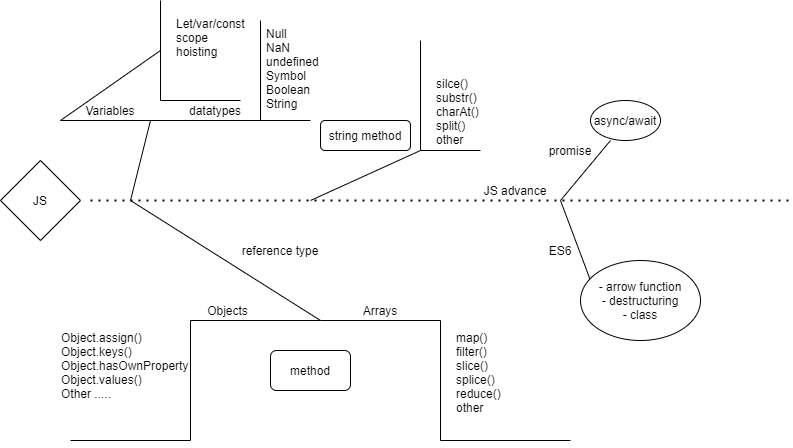
This is Day06-09/ThanhNH/roadmap.png from viehaed/edsolabs-fe, a draw.io export, as it was before one commit. Source tidied: cells renumbered, new cells last; positions are measured from the earlier drawing's top-left corner, leaving out a move shared by most shapes.
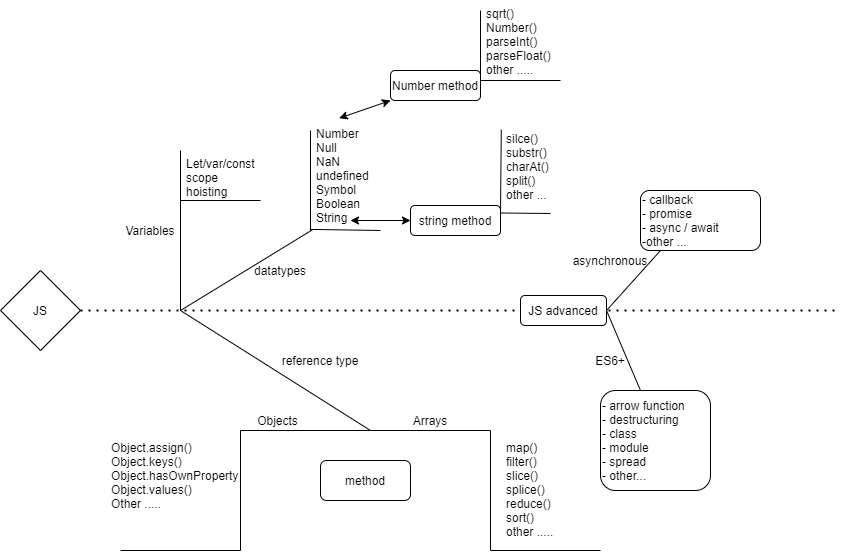
Above is the later version.

The edit, as a diff of the source:
```diff
@@ -2,62 +2,33 @@
   <root>
     <mxCell id="0" />
     <mxCell id="1" parent="0" />
-    <mxCell id="2" style="endArrow=none;dashed=1;html=1;dashPattern=1 3;strokeWidth=2;" parent="1" edge="1">
+    <mxCell id="2" style="endArrow=none;dashed=1;html=1;dashPattern=1 3;strokeWidth=2;exitX=1;exitY=0.5;exitDx=0;exitDy=0;" parent="1" edge="1" source="3">
       <mxGeometry relative="1" as="geometry">
-        <mxPoint x="90" y="200" as="sourcePoint" />
         <mxPoint x="790" y="200" as="targetPoint" />
       </mxGeometry>
     </mxCell>
     <mxCell id="3" style="rhombus;whiteSpace=wrap;html=1;" parent="1" vertex="1">
-      <mxGeometry y="160" width="80" height="80" as="geometry" />
+      <mxGeometry x="-50" y="160" width="80" height="80" as="geometry" />
     </mxCell>
     <mxCell id="4" value="JS" style="text;html=1;strokeColor=none;fillColor=none;align=center;verticalAlign=middle;whiteSpace=wrap;rounded=0;" parent="1" vertex="1">
-      <mxGeometry x="20" y="190" width="40" height="20" as="geometry" />
+      <mxGeometry x="-30" y="190" width="40" height="20" as="geometry" />
     </mxCell>
     <mxCell id="5" style="endArrow=none;html=1;" parent="1" edge="1">
       <mxGeometry relative="1" as="geometry">
         <mxPoint x="130" y="200" as="sourcePoint" />
-        <mxPoint x="150" y="120" as="targetPoint" />
+        <mxPoint x="130" y="90" as="targetPoint" />
       </mxGeometry>
     </mxCell>
-    <mxCell id="6" style="endArrow=none;html=1;" parent="1" edge="1">
-      <mxGeometry relative="1" as="geometry">
-        <mxPoint x="150" y="120" as="sourcePoint" />
-        <mxPoint x="60" y="120" as="targetPoint" />
-      </mxGeometry>
-    </mxCell>
-    <mxCell id="7" style="endArrow=none;html=1;" parent="1" edge="1">
-      <mxGeometry relative="1" as="geometry">
-        <mxPoint x="60" y="120" as="sourcePoint" />
-        <mxPoint x="160" y="50" as="targetPoint" />
-      </mxGeometry>
-    </mxCell>
-    <mxCell id="8" style="endArrow=none;html=1;" parent="1" edge="1">
-      <mxGeometry relative="1" as="geometry">
-        <mxPoint x="160" y="100" as="sourcePoint" />
-        <mxPoint x="160" as="targetPoint" />
-      </mxGeometry>
-    </mxCell>
-    <mxCell id="9" style="endArrow=none;html=1;" parent="1" edge="1">
-      <mxGeometry relative="1" as="geometry">
-        <mxPoint x="160" y="100" as="sourcePoint" />
-        <mxPoint x="240" y="100" as="targetPoint" />
-      </mxGeometry>
-    </mxCell>
-    <mxCell id="10" value="Variables" style="text;html=1;strokeColor=none;fillColor=none;align=center;verticalAlign=middle;whiteSpace=wrap;rounded=0;" parent="1" vertex="1">
-      <mxGeometry x="90" y="100" width="40" height="20" as="geometry" />
-    </mxCell>
     <mxCell id="11" value="Let/var/const&#10;scope&#10;hoisting" style="text;strokeColor=none;fillColor=none;align=left;verticalAlign=top;spacingLeft=4;spacingRight=4;overflow=hidden;" parent="1" vertex="1">
-      <mxGeometry x="170" y="10" width="90" height="80" as="geometry" />
+      <mxGeometry x="130" y="40" width="90" height="80" as="geometry" />
     </mxCell>
-    <mxCell id="12" style="endArrow=none;html=1;" parent="1" edge="1">
+    <mxCell id="12" style="endArrow=none;html=1;exitX=-0.009;exitY=0.99;exitDx=0;exitDy=0;exitPerimeter=0;" parent="1" edge="1" source="15">
       <mxGeometry relative="1" as="geometry">
-        <mxPoint x="150" y="120" as="sourcePoint" />
-        <mxPoint x="310" y="120" as="targetPoint" />
+        <mxPoint x="330" y="120" as="targetPoint" />
       </mxGeometry>
     </mxCell>
     <mxCell id="13" value="datatypes" style="text;html=1;strokeColor=none;fillColor=none;align=center;verticalAlign=middle;whiteSpace=wrap;rounded=0;" parent="1" vertex="1">
-      <mxGeometry x="195" y="100" width="40" height="20" as="geometry" />
+      <mxGeometry x="210" y="150" width="40" height="20" as="geometry" />
     </mxCell>
     <mxCell id="14" style="endArrow=none;html=1;" parent="1" edge="1">
       <mxGeometry relative="1" as="geometry">
@@ -65,8 +36,8 @@
         <mxPoint x="260" y="20" as="targetPoint" />
       </mxGeometry>
     </mxCell>
-    <mxCell id="15" value="Null&#10;NaN&#10;undefined&#10;Symbol&#10;Boolean&#10;String" style="text;strokeColor=none;fillColor=none;align=left;verticalAlign=top;spacingLeft=4;spacingRight=4;overflow=hidden;points=[[0,0.5],[1,0.5]];portConstraint=eastwest;" parent="1" vertex="1">
-      <mxGeometry x="260" y="20" width="70" height="100" as="geometry" />
+    <mxCell id="15" value="Number&#10;Null&#10;NaN&#10;undefined&#10;Symbol&#10;Boolean&#10;String" style="text;strokeColor=none;fillColor=none;align=left;verticalAlign=top;spacingLeft=4;spacingRight=4;overflow=hidden;points=[[0,0.5],[1,0.5]];portConstraint=eastwest;" parent="1" vertex="1">
+      <mxGeometry x="260" y="10" width="70" height="110" as="geometry" />
     </mxCell>
     <mxCell id="16" style="endArrow=none;html=1;" parent="1" edge="1">
       <mxGeometry relative="1" as="geometry">
@@ -108,7 +79,7 @@
       <mxGeometry x="55" y="324" width="140" height="120" as="geometry" />
     </mxCell>
     <mxCell id="24" value="method" style="rounded=1;whiteSpace=wrap;html=1;" parent="1" vertex="1">
-      <mxGeometry x="270" y="350" width="80" height="40" as="geometry" />
+      <mxGeometry x="270" y="350" width="90" height="40" as="geometry" />
     </mxCell>
     <mxCell id="25" style="endArrow=none;html=1;" parent="1" edge="1">
       <mxGeometry relative="1" as="geometry">
@@ -119,64 +90,103 @@
     <mxCell id="26" style="endArrow=none;html=1;" parent="1" edge="1">
       <mxGeometry relative="1" as="geometry">
         <mxPoint x="440" y="440" as="sourcePoint" />
-        <mxPoint x="570" y="440" as="targetPoint" />
+        <mxPoint x="550" y="440" as="targetPoint" />
       </mxGeometry>
     </mxCell>
-    <mxCell id="27" value="map()&#10;filter()&#10;slice()&#10;splice()&#10;reduce()&#10;other" style="text;strokeColor=none;fillColor=none;align=left;verticalAlign=top;spacingLeft=4;spacingRight=4;overflow=hidden;" parent="1" vertex="1">
+    <mxCell id="27" value="map()&#10;filter()&#10;slice()&#10;splice()&#10;reduce()&#10;sort()&#10;other ....." style="text;strokeColor=none;fillColor=none;align=left;verticalAlign=top;spacingLeft=4;spacingRight=4;overflow=hidden;" parent="1" vertex="1">
       <mxGeometry x="450" y="324" width="140" height="106" as="geometry" />
     </mxCell>
     <mxCell id="28" value="reference type" style="text;html=1;strokeColor=none;fillColor=none;align=center;verticalAlign=middle;whiteSpace=wrap;rounded=0;" parent="1" vertex="1">
-      <mxGeometry x="220" y="240" width="120" height="20" as="geometry" />
+      <mxGeometry x="210" y="240" width="120" height="20" as="geometry" />
     </mxCell>
-    <mxCell id="29" style="endArrow=none;html=1;" parent="1" edge="1">
-      <mxGeometry relative="1" as="geometry">
-        <mxPoint x="310" y="200" as="sourcePoint" />
-        <mxPoint x="420" y="150" as="targetPoint" />
-      </mxGeometry>
-    </mxCell>
-    <mxCell id="30" style="endArrow=none;html=1;" parent="1" edge="1">
-      <mxGeometry relative="1" as="geometry">
-        <mxPoint x="420" y="150" as="sourcePoint" />
-        <mxPoint x="420" y="40" as="targetPoint" />
-      </mxGeometry>
+    <mxCell id="30" style="endArrow=none;html=1;exitX=1;exitY=0.25;exitDx=0;exitDy=0;entryX=0.01;entryY=0.051;entryDx=0;entryDy=0;entryPerimeter=0;" parent="1" edge="1" source="32" target="33">
+      <mxGeometry relative="1" as="geometry" />
     </mxCell>
-    <mxCell id="31" style="endArrow=none;html=1;" parent="1" edge="1">
+    <mxCell id="31" style="endArrow=none;html=1;exitX=1;exitY=0.25;exitDx=0;exitDy=0;" parent="1" edge="1" source="32">
       <mxGeometry relative="1" as="geometry">
-        <mxPoint x="420" y="150" as="sourcePoint" />
-        <mxPoint x="480" y="150" as="targetPoint" />
+        <mxPoint x="500" y="103" as="targetPoint" />
       </mxGeometry>
     </mxCell>
     <mxCell id="32" value="string method" style="rounded=1;whiteSpace=wrap;html=1;" parent="1" vertex="1">
-      <mxGeometry x="320" y="120" width="90" height="30" as="geometry" />
+      <mxGeometry x="360" y="95" width="90" height="30" as="geometry" />
     </mxCell>
-    <mxCell id="33" value="silce()&#10;substr()&#10;charAt()&#10;split()&#10;other" style="text;strokeColor=none;fillColor=none;align=left;verticalAlign=top;spacingLeft=4;spacingRight=4;overflow=hidden;points=[[0,0.5],[1,0.5]];portConstraint=eastwest;" parent="1" vertex="1">
-      <mxGeometry x="430" y="70" width="80" height="80" as="geometry" />
+    <mxCell id="33" value="silce()&#10;substr()&#10;charAt()&#10;split()&#10;other ..." style="text;strokeColor=none;fillColor=none;align=left;verticalAlign=top;spacingLeft=4;spacingRight=4;overflow=hidden;points=[[0,0.5],[1,0.5]];portConstraint=eastwest;" parent="1" vertex="1">
+      <mxGeometry x="450" y="15" width="80" height="80" as="geometry" />
     </mxCell>
-    <mxCell id="34" value="JS advance" style="text;html=1;strokeColor=none;fillColor=none;align=center;verticalAlign=middle;whiteSpace=wrap;rounded=0;" parent="1" vertex="1">
-      <mxGeometry x="470" y="180" width="90" height="20" as="geometry" />
-    </mxCell>
-    <mxCell id="35" style="endArrow=none;html=1;exitX=1;exitY=1;exitDx=0;exitDy=0;" parent="1" edge="1" source="34">
+    <mxCell id="35" style="endArrow=none;html=1;exitX=1;exitY=0.5;exitDx=0;exitDy=0;" parent="1" edge="1" source="43">
       <mxGeometry relative="1" as="geometry">
         <mxPoint x="610" y="140" as="targetPoint" />
       </mxGeometry>
     </mxCell>
-    <mxCell id="36" style="endArrow=none;html=1;" parent="1" edge="1">
+    <mxCell id="36" style="endArrow=none;html=1;exitX=1;exitY=0.5;exitDx=0;exitDy=0;" parent="1" edge="1" source="43">
       <mxGeometry relative="1" as="geometry">
-        <mxPoint x="560" y="200" as="sourcePoint" />
         <mxPoint x="590" y="280" as="targetPoint" />
       </mxGeometry>
     </mxCell>
-    <mxCell id="37" value="ES6" style="text;html=1;strokeColor=none;fillColor=none;align=center;verticalAlign=middle;whiteSpace=wrap;rounded=0;" parent="1" vertex="1">
+    <mxCell id="37" value="ES6+" style="text;html=1;strokeColor=none;fillColor=none;align=center;verticalAlign=middle;whiteSpace=wrap;rounded=0;" parent="1" vertex="1">
       <mxGeometry x="540" y="240" width="40" height="20" as="geometry" />
     </mxCell>
-    <mxCell id="38" value="promise" style="text;html=1;strokeColor=none;fillColor=none;align=center;verticalAlign=middle;whiteSpace=wrap;rounded=0;" parent="1" vertex="1">
-      <mxGeometry x="550" y="140" width="40" height="20" as="geometry" />
+    <mxCell id="38" value="asynchronous" style="text;html=1;strokeColor=none;fillColor=none;align=center;verticalAlign=middle;whiteSpace=wrap;rounded=0;" parent="1" vertex="1">
+      <mxGeometry x="530" y="140" width="60" height="20" as="geometry" />
     </mxCell>
-    <mxCell id="39" value="async/await" style="ellipse;whiteSpace=wrap;html=1;" parent="1" vertex="1">
-      <mxGeometry x="590" y="100" width="70" height="40" as="geometry" />
-    </mxCell>
-    <mxCell id="40" value="- arrow function&lt;br&gt;- destructuring&lt;br&gt;- class" style="ellipse;whiteSpace=wrap;html=1;" parent="1" vertex="1">
-      <mxGeometry x="580" y="260" width="120" height="80" as="geometry" />
-    </mxCell>
+    <mxCell id="41" value="- arrow function&lt;br&gt;- destructuring&lt;br&gt;- class&lt;br&gt;- module&lt;br&gt;- spread&lt;br&gt;- other..." style="rounded=1;whiteSpace=wrap;html=1;align=left;" parent="1" vertex="1">
+      <mxGeometry x="550" y="280" width="110" height="100" as="geometry" />
+    </mxCell>
+    <mxCell id="42" value="- callback&lt;br&gt;- promise&lt;br&gt;- async / await&lt;br&gt;-other ...&lt;br&gt;&lt;div style=&quot;text-align: justify&quot;&gt;&lt;/div&gt;" style="rounded=1;whiteSpace=wrap;html=1;align=left;" parent="1" vertex="1">
+      <mxGeometry x="590" y="80" width="120" height="60" as="geometry" />
+    </mxCell>
+    <mxCell id="43" value="JS advanced" style="rounded=1;whiteSpace=wrap;html=1;" parent="1" vertex="1">
+      <mxGeometry x="470" y="185" width="86" height="30" as="geometry" />
+    </mxCell>
+    <mxCell id="44" style="endArrow=classic;startArrow=classic;html=1;entryX=0;entryY=0.5;entryDx=0;entryDy=0;" parent="1" edge="1" target="32">
+      <mxGeometry relative="1" as="geometry">
+        <mxPoint x="300" y="110" as="sourcePoint" />
+      </mxGeometry>
+    </mxCell>
+    <mxCell id="45" style="edgeStyle=orthogonalEdgeStyle;rounded=0;orthogonalLoop=1;jettySize=auto;html=1;exitX=1;exitY=0.5;exitDx=0;exitDy=0;" parent="1" edge="1" source="33" target="33">
+      <mxGeometry relative="1" as="geometry" />
+    </mxCell>
+    <mxCell id="46" style="endArrow=none;html=1;" parent="1" edge="1">
+      <mxGeometry relative="1" as="geometry">
+        <mxPoint x="130" y="90" as="sourcePoint" />
+        <mxPoint x="210" y="90" as="targetPoint" />
+      </mxGeometry>
+    </mxCell>
+    <mxCell id="47" style="endArrow=none;html=1;entryX=0.037;entryY=0.99;entryDx=0;entryDy=0;entryPerimeter=0;" parent="1" edge="1" target="15">
+      <mxGeometry relative="1" as="geometry">
+        <mxPoint x="130" y="200" as="sourcePoint" />
+      </mxGeometry>
+    </mxCell>
+    <mxCell id="10" value="Variables" style="text;html=1;strokeColor=none;fillColor=none;align=center;verticalAlign=middle;whiteSpace=wrap;rounded=0;" parent="1" vertex="1">
+      <mxGeometry x="80" y="110" width="40" height="20" as="geometry" />
+    </mxCell>
+    <mxCell id="48" style="endArrow=none;html=1;" parent="1" edge="1">
+      <mxGeometry relative="1" as="geometry">
+        <mxPoint x="130" y="90" as="sourcePoint" />
+        <mxPoint x="130" y="40" as="targetPoint" />
+      </mxGeometry>
+    </mxCell>
+    <mxCell id="49" value="Number method" style="rounded=1;whiteSpace=wrap;html=1;" parent="1" vertex="1">
+      <mxGeometry x="340" y="-40" width="90" height="30" as="geometry" />
+    </mxCell>
+    <mxCell id="50" style="endArrow=classic;startArrow=classic;html=1;exitX=0.41;exitY=-0.021;exitDx=0;exitDy=0;exitPerimeter=0;" parent="1" edge="1" source="15">
+      <mxGeometry relative="1" as="geometry">
+        <mxPoint x="340" y="-10" as="targetPoint" />
+      </mxGeometry>
+    </mxCell>
+    <mxCell id="51" style="endArrow=none;html=1;exitX=1;exitY=0.25;exitDx=0;exitDy=0;" parent="1" edge="1" source="49">
+      <mxGeometry relative="1" as="geometry">
+        <mxPoint x="430" y="-100" as="targetPoint" />
+      </mxGeometry>
+    </mxCell>
+    <mxCell id="52" style="endArrow=none;html=1;" parent="1" edge="1">
+      <mxGeometry relative="1" as="geometry">
+        <mxPoint x="430" y="-30" as="sourcePoint" />
+        <mxPoint x="510" y="-30" as="targetPoint" />
+      </mxGeometry>
+    </mxCell>
+    <mxCell id="53" value="sqrt()&#10;Number()&#10;parseInt()&#10;parseFloat()&#10;other ....." style="text;strokeColor=none;fillColor=none;align=left;verticalAlign=top;spacingLeft=4;spacingRight=4;overflow=hidden;" parent="1" vertex="1">
+      <mxGeometry x="430" y="-110" width="80" height="80" as="geometry" />
+    </mxCell>
   </root>
 </mxGraphModel>
```
